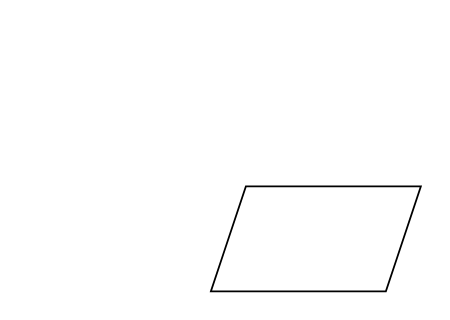
waltzhu/nzwz keeps this draw.io diagram as 未命名绘图.drawio. Above is the earlier version. Source tidied: cells renumbered, new cells numbered last; positions are measured from the earlier drawing's top-left corner, leaving out a move shared by most shapes. Both pictures are drawn from the tidied source at 175%, with x=0, y=0 at pixel (210, 186).
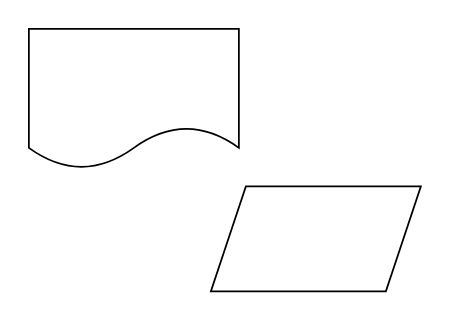
Above is the later version.

The edit, as a diff of the source:
```diff
@@
 <mxGraphModel>
   <root>
     <mxCell id="0" />
     <mxCell id="1" parent="0" />
     <mxCell id="2" style="shape=parallelogram;perimeter=parallelogramPerimeter;whiteSpace=wrap;html=1;fixedSize=1;" parent="1" vertex="1">
       <mxGeometry width="120" height="60" as="geometry" />
     </mxCell>
+    <mxCell id="3" style="shape=document;whiteSpace=wrap;html=1;boundedLbl=1;" parent="1" vertex="1">
+      <mxGeometry x="-104" y="-90" width="120" height="80" as="geometry" />
+    </mxCell>
   </root>
 </mxGraphModel>
```
